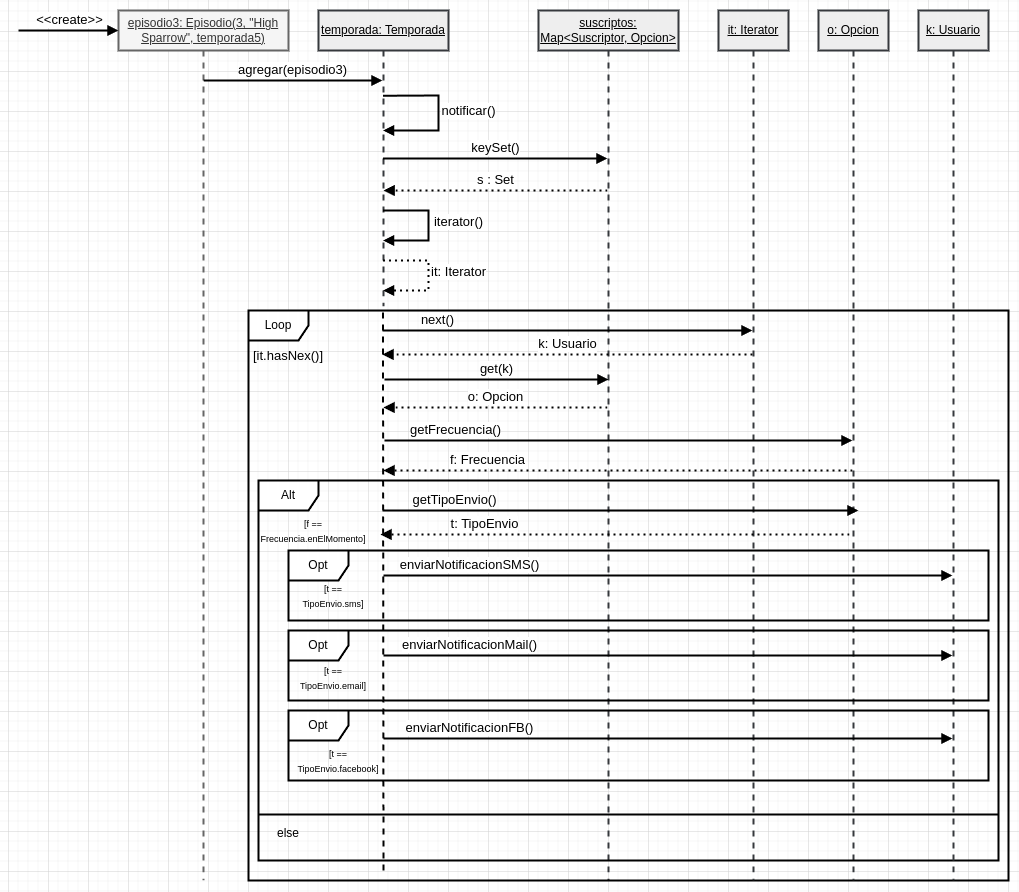
The draw.io diagram TP - Diagramas de Secuencia/Ej4.png in nachoperna/Metodologias-de-Desarrollo-de-Software, before a commit. Source tidied: cells renumbered, new cells last; positions are measured from the earlier drawing's top-left corner, leaving out a move shared by most shapes.
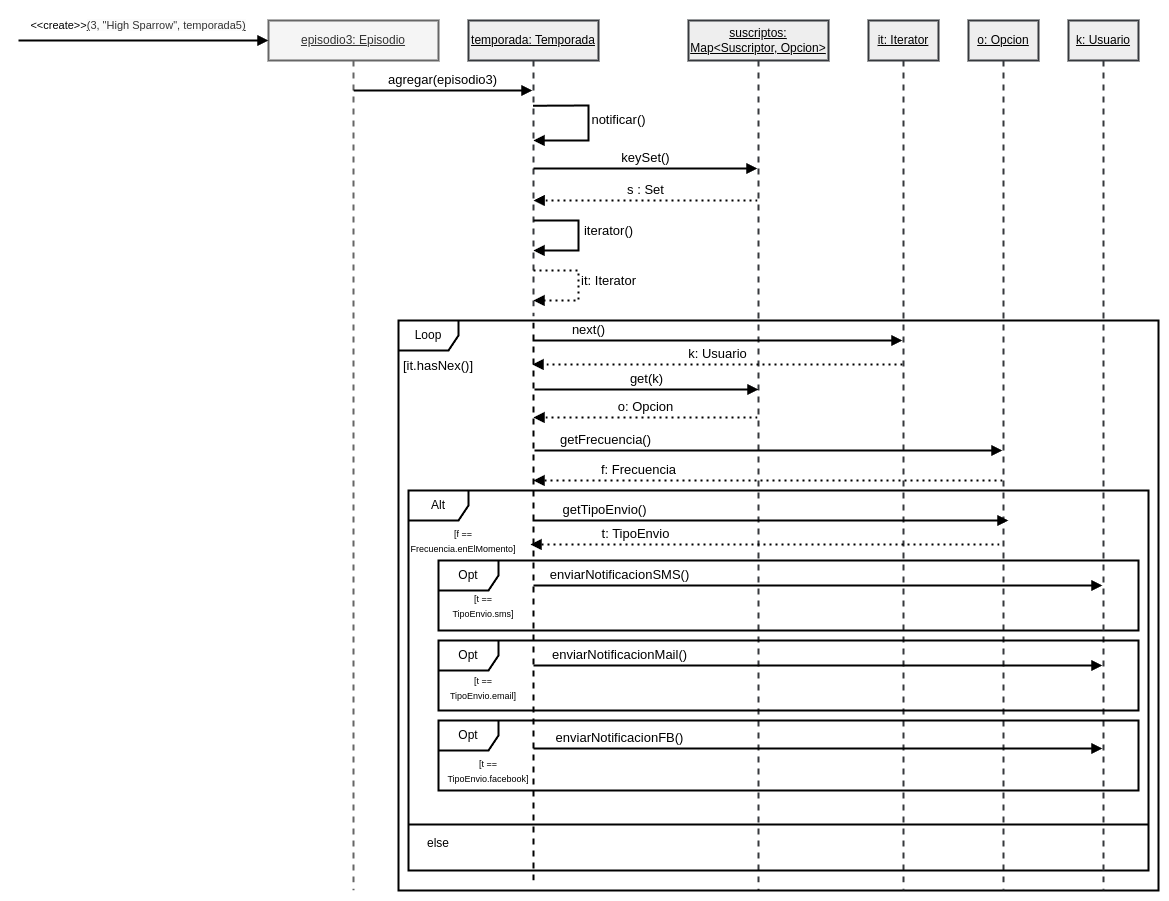
After the commit.

Commit message:
correccion ej4 primer objeto inicializado con valores

Diff of the diagram source:
```diff
@@ -2,12 +2,12 @@
   <root>
     <mxCell id="0" />
     <mxCell id="1" parent="0" />
-    <mxCell id="2" value="&lt;u&gt;episodio3: Episodio(3, &quot;High Sparrow&quot;, temporada5)&lt;/u&gt;" style="shape=umlLifeline;perimeter=lifelinePerimeter;whiteSpace=wrap;html=1;newEdgeStyle={&quot;curved&quot;:0,&quot;rounded&quot;:0};fillColor=#f5f5f5;fontColor=#333333;strokeColor=#666666;strokeWidth=2;" parent="1" vertex="1">
+    <mxCell id="2" value="&lt;u&gt;episodio3: Episodio&lt;/u&gt;" style="shape=umlLifeline;perimeter=lifelinePerimeter;whiteSpace=wrap;html=1;newEdgeStyle={&quot;curved&quot;:0,&quot;rounded&quot;:0};fillColor=#f5f5f5;fontColor=#333333;strokeColor=#666666;strokeWidth=2;" parent="1" vertex="1">
       <mxGeometry x="100" width="170" height="870" as="geometry" />
     </mxCell>
-    <mxCell id="3" value="&lt;font style=&quot;font-size: 13px;&quot;&gt;&amp;lt;&amp;lt;create&amp;gt;&amp;gt;&lt;/font&gt;" style="html=1;verticalAlign=bottom;endArrow=block;curved=0;rounded=0;strokeWidth=2;" parent="1" edge="1">
-      <mxGeometry relative="1" as="geometry">
-        <mxPoint y="20" as="sourcePoint" />
+    <mxCell id="3" style="html=1;verticalAlign=bottom;endArrow=block;curved=0;rounded=0;strokeWidth=2;" parent="1" edge="1">
+      <mxGeometry x="-0.25" y="50" relative="1" as="geometry">
+        <mxPoint x="-150" y="20" as="sourcePoint" />
         <mxPoint x="100" y="20" as="targetPoint" />
       </mxGeometry>
     </mxCell>
@@ -167,5 +167,8 @@
     <mxCell id="38" value="else" style="text;strokeColor=none;align=center;fillColor=none;html=1;verticalAlign=middle;whiteSpace=wrap;rounded=0;" parent="1" vertex="1">
       <mxGeometry x="240" y="808" width="60" height="30" as="geometry" />
     </mxCell>
+    <mxCell id="39" value="&lt;font style=&quot;forced-color-adjust: none; color: rgb(0, 0, 0); font-family: Helvetica; font-size: 11px; font-style: normal; font-variant-ligatures: normal; font-variant-caps: normal; font-weight: 400; letter-spacing: normal; orphans: 2; text-align: center; text-indent: 0px; text-transform: none; widows: 2; word-spacing: 0px; -webkit-text-stroke-width: 0px; white-space: nowrap; background-color: rgb(255, 255, 255); text-decoration-thickness: initial; text-decoration-style: initial; text-decoration-color: initial;&quot;&gt;&amp;lt;&amp;lt;create&amp;gt;&amp;gt;&lt;/font&gt;&lt;u style=&quot;forced-color-adjust: none; font-family: Helvetica; font-size: 11px; font-style: normal; font-variant-ligatures: normal; font-variant-caps: normal; font-weight: 400; letter-spacing: normal; orphans: 2; text-align: center; text-indent: 0px; text-transform: none; widows: 2; word-spacing: 0px; -webkit-text-stroke-width: 0px; white-space: normal; color: rgb(51, 51, 51); background-color: rgb(251, 251, 251);&quot;&gt;(&lt;/u&gt;&lt;span style=&quot;forced-color-adjust: none; font-family: Helvetica; font-size: 11px; font-style: normal; font-variant-ligatures: normal; font-variant-caps: normal; font-weight: 400; letter-spacing: normal; orphans: 2; text-align: center; text-indent: 0px; text-transform: none; widows: 2; word-spacing: 0px; -webkit-text-stroke-width: 0px; white-space: normal; color: rgb(51, 51, 51); background-color: rgb(251, 251, 251);&quot;&gt;3, &quot;High Sparrow&quot;, temporada5&lt;/span&gt;&lt;u style=&quot;forced-color-adjust: none; font-family: Helvetica; font-size: 11px; font-style: normal; font-variant-ligatures: normal; font-variant-caps: normal; font-weight: 400; letter-spacing: normal; orphans: 2; text-align: center; text-indent: 0px; text-transform: none; widows: 2; word-spacing: 0px; -webkit-text-stroke-width: 0px; white-space: normal; color: rgb(51, 51, 51); background-color: rgb(251, 251, 251);&quot;&gt;)&lt;/u&gt;" style="text;strokeColor=none;align=center;fillColor=none;html=1;verticalAlign=middle;whiteSpace=wrap;rounded=0;" parent="1" vertex="1">
+      <mxGeometry x="-140" y="-10" width="220" height="30" as="geometry" />
+    </mxCell>
   </root>
 </mxGraphModel>
```
